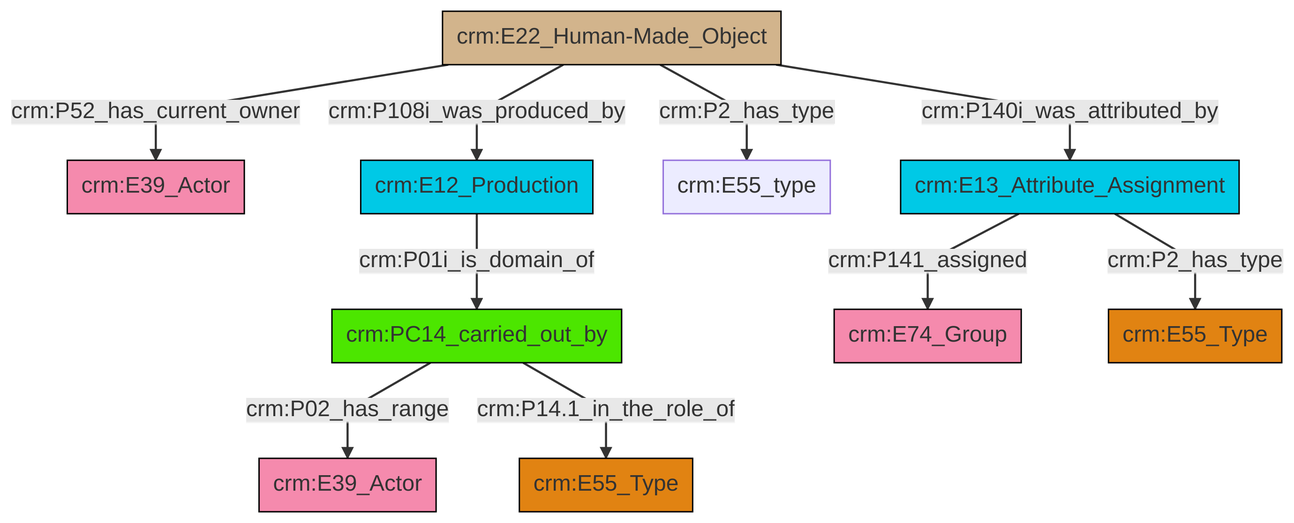
This is et/builtWorkCSV/ttl/mmd/png/Built_Work_actor_relations.png from swiss-art-research-net/docs.swissartresearch, a Mermaid export, as it was before one commit. Its source is kept beside it as et/builtWorkCSV/ttl/mmd/Built_Work_actor_relations.ttl.mmd.
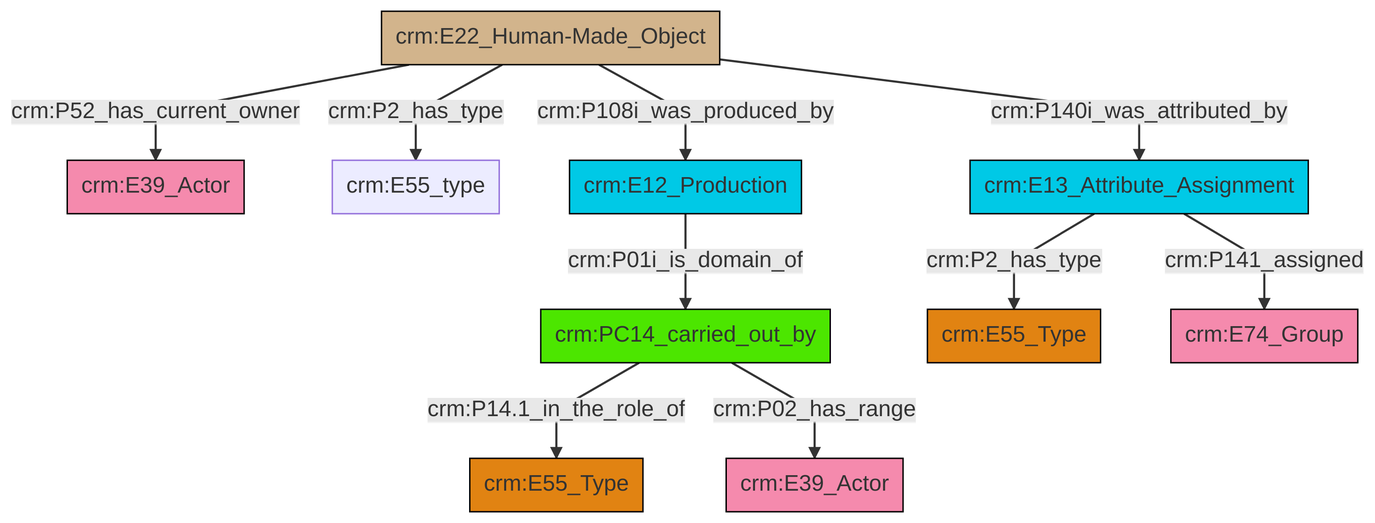
Later version of the same file.

Diff of the diagram source:
```diff
@@ -13,12 +13,12 @@
 classDef PC_Classes fill:#4ce600, stroke:#000000;
 classDef Multi fill:#cccccc,stroke:#000000;
 
-6["crm:E22_Human-Made_Object"]:::Physical_Thing -->|crm:P108i_was_produced_by| 4["crm:E12_Production"]:::Temporal_Entity
-6["crm:E22_Human-Made_Object"]:::Physical_Thing -->|crm:P2_has_type| 7["crm:E55_type"]:::Default
-8["crm:PC14_carried_out_by"]:::PC_Classes -->|crm:P02_has_range| 2["crm:E39_Actor"]:::Actor
-10["crm:E13_Attribute_Assignment"]:::Temporal_Entity -->|crm:P141_assigned| 13["crm:E74_Group"]:::Actor
-4["crm:E12_Production"]:::Temporal_Entity -->|crm:P01i_is_domain_of| 8["crm:PC14_carried_out_by"]:::PC_Classes
-8["crm:PC14_carried_out_by"]:::PC_Classes -->|crm:P14.1_in_the_role_of| 17["crm:E55_Type"]:::Type
-6["crm:E22_Human-Made_Object"]:::Physical_Thing -->|crm:P140i_was_attributed_by| 10["crm:E13_Attribute_Assignment"]:::Temporal_Entity
-10["crm:E13_Attribute_Assignment"]:::Temporal_Entity -->|crm:P2_has_type| 15["crm:E55_Type"]:::Type
-6["crm:E22_Human-Made_Object"]:::Physical_Thing -->|crm:P52_has_current_owner| 0["crm:E39_Actor"]:::Actor
+2["crm:PC14_carried_out_by"]:::PC_Classes -->|crm:P14.1_in_the_role_of| 3["crm:E55_Type"]:::Type
+7["crm:E13_Attribute_Assignment"]:::Temporal_Entity -->|crm:P2_has_type| 8["crm:E55_Type"]:::Type
+10["crm:E22_Human-Made_Object"]:::Physical_Thing -->|crm:P2_has_type| 5["crm:E55_type"]:::Default
+11["crm:E12_Production"]:::Temporal_Entity -->|crm:P01i_is_domain_of| 2["crm:PC14_carried_out_by"]:::PC_Classes
+10["crm:E22_Human-Made_Object"]:::Physical_Thing -->|crm:P108i_was_produced_by| 11["crm:E12_Production"]:::Temporal_Entity
+10["crm:E22_Human-Made_Object"]:::Physical_Thing -->|crm:P52_has_current_owner| 0["crm:E39_Actor"]:::Actor
+10["crm:E22_Human-Made_Object"]:::Physical_Thing -->|crm:P140i_was_attributed_by| 7["crm:E13_Attribute_Assignment"]:::Temporal_Entity
+2["crm:PC14_carried_out_by"]:::PC_Classes -->|crm:P02_has_range| 15["crm:E39_Actor"]:::Actor
+7["crm:E13_Attribute_Assignment"]:::Temporal_Entity -->|crm:P141_assigned| 12["crm:E74_Group"]:::Actor
```
